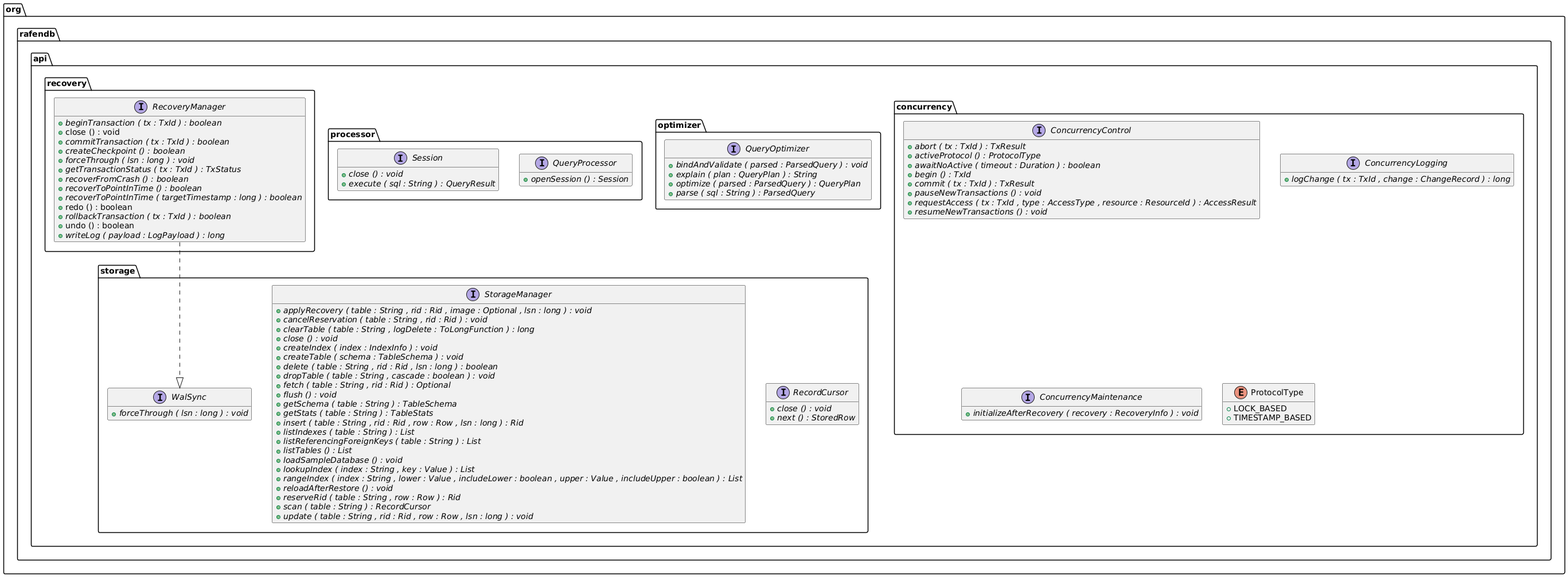
Earlier version of the PlantUML export docs/generated/api/api.png (m-akma1/rafendb). Its source is kept beside it as docs/generated/api/api.puml.
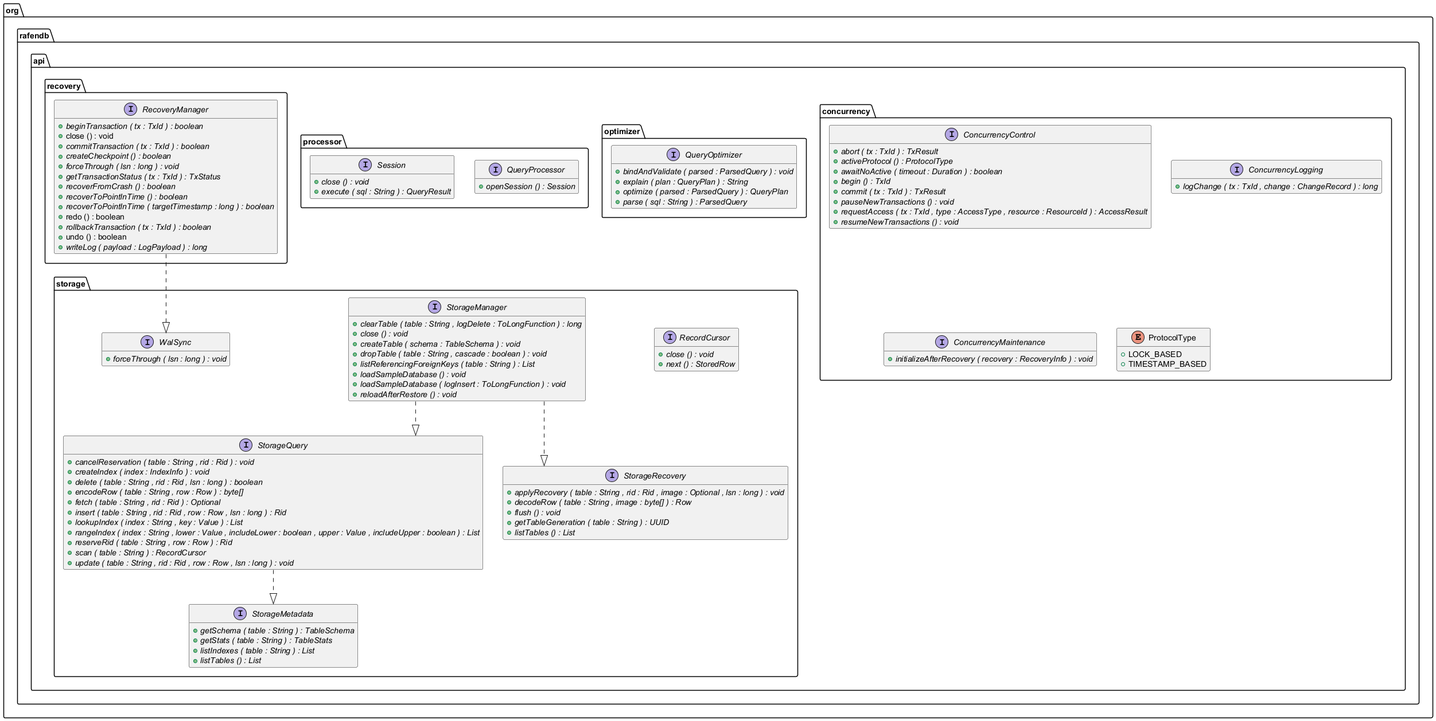
The same diagram one commit later.

What changed in the source:
```diff
@@ -76,29 +76,46 @@
 
 
 interface org.rafendb.api.storage.StorageManager {
-	{method}  {abstract} +applyRecovery ( table : String , rid : Rid , image : Optional , lsn : long ) : void
-	{method}  {abstract} +cancelReservation ( table : String , rid : Rid ) : void
 	{method}  {abstract} +clearTable ( table : String , logDelete : ToLongFunction ) : long
 	{method}  {abstract} +close () : void
-	{method}  {abstract} +createIndex ( index : IndexInfo ) : void
 	{method}  {abstract} +createTable ( schema : TableSchema ) : void
-	{method}  {abstract} +delete ( table : String , rid : Rid , lsn : long ) : boolean
 	{method}  {abstract} +dropTable ( table : String , cascade : boolean ) : void
-	{method}  {abstract} +fetch ( table : String , rid : Rid ) : Optional
-	{method}  {abstract} +flush () : void
+	{method}  {abstract} +listReferencingForeignKeys ( table : String ) : List
+	{method}  {abstract} +loadSampleDatabase () : void
+	{method}  {abstract} +loadSampleDatabase ( logInsert : ToLongFunction ) : void
+	{method}  {abstract} +reloadAfterRestore () : void
+}
+
+
+interface org.rafendb.api.storage.StorageMetadata {
 	{method}  {abstract} +getSchema ( table : String ) : TableSchema
 	{method}  {abstract} +getStats ( table : String ) : TableStats
+	{method}  {abstract} +listIndexes ( table : String ) : List
+	{method}  {abstract} +listTables () : List
+}
+
+
+interface org.rafendb.api.storage.StorageQuery {
+	{method}  {abstract} +cancelReservation ( table : String , rid : Rid ) : void
+	{method}  {abstract} +createIndex ( index : IndexInfo ) : void
+	{method}  {abstract} +delete ( table : String , rid : Rid , lsn : long ) : boolean
+	{method}  {abstract} +encodeRow ( table : String , row : Row ) : byte[]
+	{method}  {abstract} +fetch ( table : String , rid : Rid ) : Optional
 	{method}  {abstract} +insert ( table : String , rid : Rid , row : Row , lsn : long ) : Rid
-	{method}  {abstract} +listIndexes ( table : String ) : List
-	{method}  {abstract} +listReferencingForeignKeys ( table : String ) : List
-	{method}  {abstract} +listTables () : List
-	{method}  {abstract} +loadSampleDatabase () : void
 	{method}  {abstract} +lookupIndex ( index : String , key : Value ) : List
 	{method}  {abstract} +rangeIndex ( index : String , lower : Value , includeLower : boolean , upper : Value , includeUpper : boolean ) : List
-	{method}  {abstract} +reloadAfterRestore () : void
 	{method}  {abstract} +reserveRid ( table : String , row : Row ) : Rid
 	{method}  {abstract} +scan ( table : String ) : RecordCursor
 	{method}  {abstract} +update ( table : String , rid : Rid , row : Row , lsn : long ) : void
+}
+
+
+interface org.rafendb.api.storage.StorageRecovery {
+	{method}  {abstract} +applyRecovery ( table : String , rid : Rid , image : Optional , lsn : long ) : void
+	{method}  {abstract} +decodeRow ( table : String , image : byte[] ) : Row
+	{method}  {abstract} +flush () : void
+	{method}  {abstract} +getTableGeneration ( table : String ) : UUID
+	{method}  {abstract} +listTables () : List
 }
 
 
@@ -110,6 +127,9 @@
 
 
 org.rafendb.api.recovery.RecoveryManager ..|>  org.rafendb.api.storage.WalSync
+org.rafendb.api.storage.StorageManager ..|>  org.rafendb.api.storage.StorageQuery
+org.rafendb.api.storage.StorageManager ..|>  org.rafendb.api.storage.StorageRecovery
+org.rafendb.api.storage.StorageQuery ..|>  org.rafendb.api.storage.StorageMetadata
 
 
 @enduml
```
